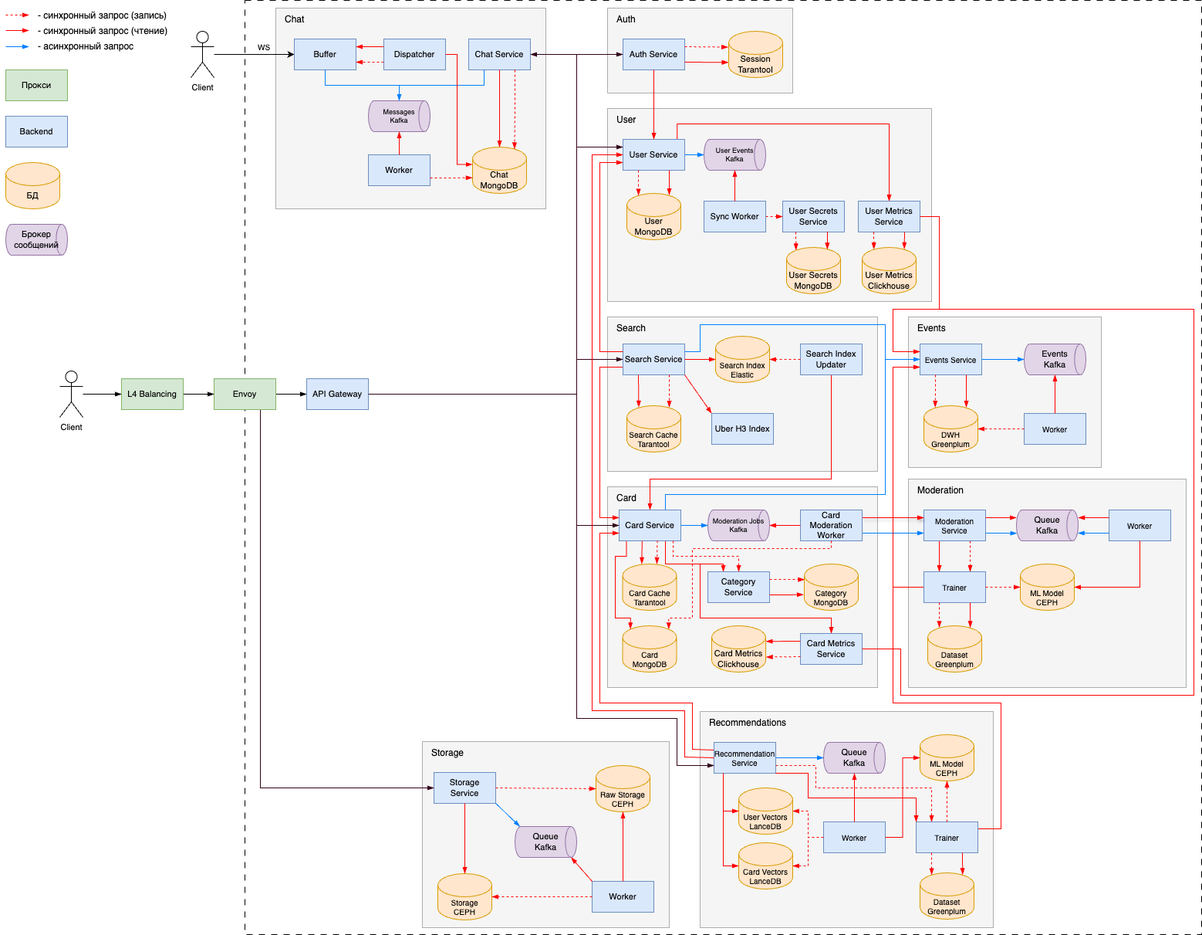
Earlier version of the draw.io export img/scheme/scheme.png (daronenko/highload-avito). Source tidied: cells renumbered, new cells last; positions are measured from the earlier drawing's top-left corner, leaving out a move shared by most shapes.
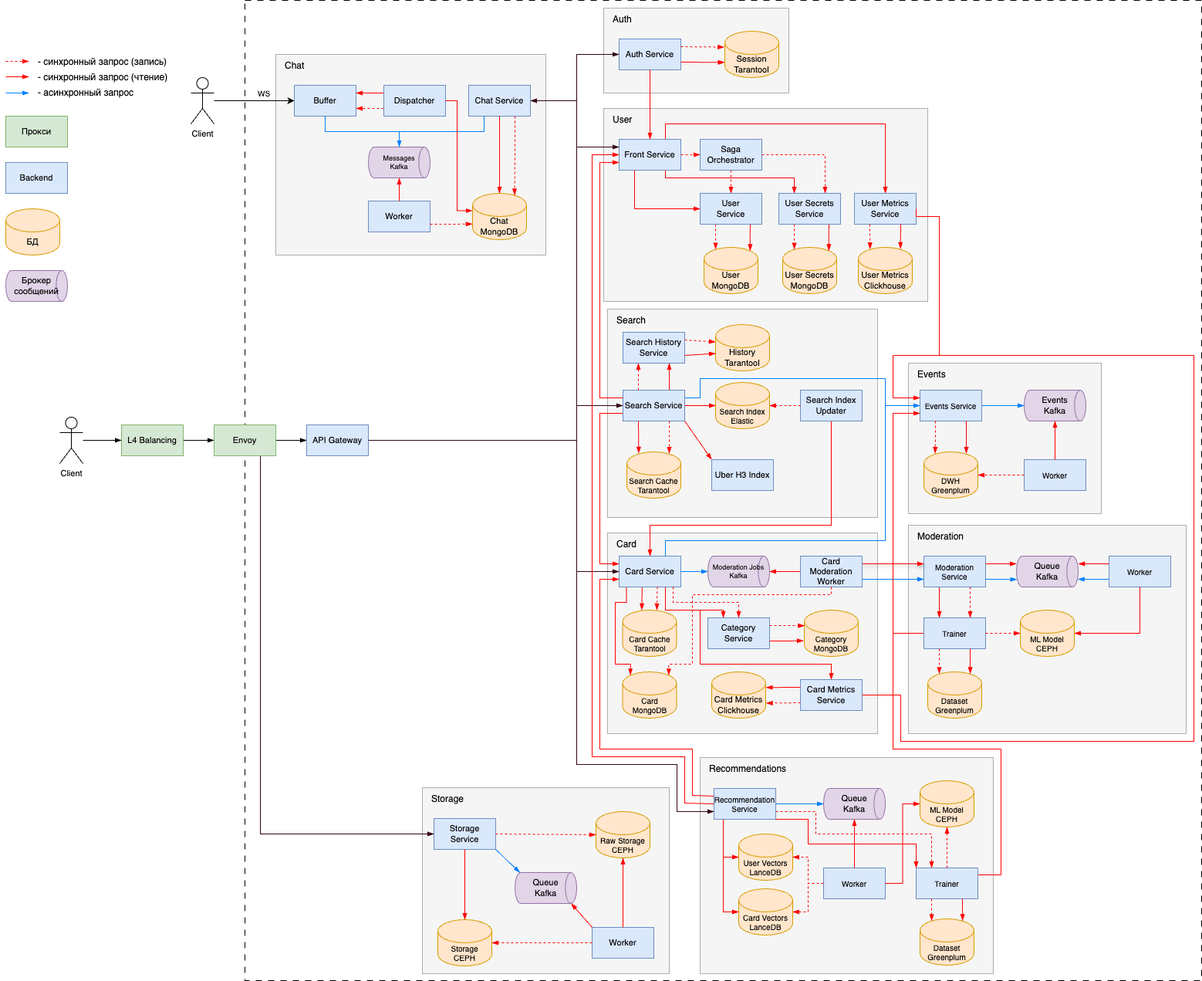
Later version of the same file.

The edit, as a diff of the source:
```diff
@@ -4,2 +4,5 @@
     <mxCell id="1" parent="0" />
+    <mxCell id="3" style="rounded=0;whiteSpace=wrap;html=1;fillColor=none;dashed=1;dashPattern=8 8;" parent="1" vertex="1">
+      <mxGeometry x="310" y="-60" width="1240" height="1270" as="geometry" />
+    </mxCell>
     <mxCell id="2" style="rounded=0;whiteSpace=wrap;html=1;fillColor=#f5f5f5;strokeColor=#ADADAD;fontColor=#333333;" parent="1" vertex="1">
@@ -7,5 +10,2 @@
     </mxCell>
-    <mxCell id="3" style="rounded=0;whiteSpace=wrap;html=1;fillColor=none;dashed=1;dashPattern=8 8;" parent="1" vertex="1">
-      <mxGeometry x="310" width="1240" height="1210" as="geometry" />
-    </mxCell>
     <mxCell id="4" style="edgeStyle=orthogonalEdgeStyle;rounded=0;jettySize=auto;html=1;exitX=1;exitY=0.5;exitDx=0;exitDy=0;entryX=0;entryY=0.5;entryDx=0;entryDy=0;endArrow=blockThin;endFill=1;" parent="1" edge="1" source="5" target="116">
@@ -65,12 +65,12 @@
     <mxCell id="20" style="rounded=0;whiteSpace=wrap;html=1;fillColor=#f5f5f5;strokeColor=#ADADAD;fontColor=#333333;" parent="1" vertex="1">
-      <mxGeometry x="780" y="410" width="350" height="200" as="geometry" />
+      <mxGeometry x="780" y="340" width="350" height="270" as="geometry" />
     </mxCell>
     <mxCell id="21" value="Search" style="text;html=1;align=left;verticalAlign=middle;whiteSpace=wrap;rounded=0;spacingLeft=10;" parent="1" vertex="1">
-      <mxGeometry x="780" y="410" width="60" height="30" as="geometry" />
+      <mxGeometry x="780" y="340" width="60" height="30" as="geometry" />
     </mxCell>
     <mxCell id="22" style="rounded=0;whiteSpace=wrap;html=1;fillColor=#f5f5f5;strokeColor=#ADADAD;fontColor=#333333;" parent="1" vertex="1">
-      <mxGeometry x="780" y="10" width="240" height="110" as="geometry" />
+      <mxGeometry x="775" y="-50" width="240" height="110" as="geometry" />
     </mxCell>
     <mxCell id="23" value="Auth" style="text;html=1;align=left;verticalAlign=middle;whiteSpace=wrap;rounded=0;spacingLeft=10;" parent="1" vertex="1">
-      <mxGeometry x="780" y="10" width="60" height="30" as="geometry" />
+      <mxGeometry x="775" y="-50" width="60" height="30" as="geometry" />
     </mxCell>
@@ -98,6 +98,6 @@
     <mxCell id="30" value="Auth Service" style="rounded=0;whiteSpace=wrap;html=1;fillColor=#dae8fc;strokeColor=#6c8ebf;fontSize=11;" parent="1" vertex="1">
-      <mxGeometry x="800" y="50" width="80" height="40" as="geometry" />
+      <mxGeometry x="795" y="-10" width="80" height="40" as="geometry" />
     </mxCell>
     <mxCell id="31" value="Session&lt;div&gt;Tarantool&lt;/div&gt;" style="shape=cylinder3;whiteSpace=wrap;html=1;boundedLbl=1;backgroundOutline=1;size=15;fillColor=#ffe6cc;strokeColor=#d79b00;fontSize=11;" parent="1" vertex="1">
-      <mxGeometry x="937" y="40" width="70" height="60" as="geometry" />
+      <mxGeometry x="932" y="-20" width="70" height="60" as="geometry" />
     </mxCell>
@@ -123,2 +123,8 @@
     </mxCell>
+    <mxCell id="187" style="edgeStyle=orthogonalEdgeStyle;rounded=0;jettySize=auto;html=1;exitX=0.25;exitY=0;exitDx=0;exitDy=0;entryX=0.25;entryY=1;entryDx=0;entryDy=0;endArrow=blockThin;endFill=1;strokeColor=#FF0000;dashed=1;" parent="1" edge="1" source="37" target="193">
+      <mxGeometry relative="1" as="geometry" />
+    </mxCell>
+    <mxCell id="188" style="edgeStyle=orthogonalEdgeStyle;rounded=0;jettySize=auto;html=1;exitX=0.75;exitY=0;exitDx=0;exitDy=0;entryX=0.75;entryY=1;entryDx=0;entryDy=0;endArrow=blockThin;endFill=1;strokeColor=#FF0000;" parent="1" edge="1" source="37" target="193">
+      <mxGeometry relative="1" as="geometry" />
+    </mxCell>
     <mxCell id="37" value="Search Service" style="rounded=0;whiteSpace=wrap;html=1;fillColor=#dae8fc;strokeColor=#6c8ebf;fontSize=11;glass=0;shadow=0;" parent="1" vertex="1">
@@ -294,12 +300,12 @@
     <mxCell id="80" style="rounded=0;whiteSpace=wrap;html=1;fillColor=#f5f5f5;strokeColor=#ADADAD;fontColor=#333333;" parent="1" vertex="1">
-      <mxGeometry x="780" y="140" width="420" height="250" as="geometry" />
+      <mxGeometry x="775" y="80" width="420" height="250" as="geometry" />
     </mxCell>
     <mxCell id="81" value="User" style="text;html=1;align=left;verticalAlign=middle;whiteSpace=wrap;rounded=0;spacingLeft=10;" parent="1" vertex="1">
-      <mxGeometry x="780" y="140" width="60" height="30" as="geometry" />
+      <mxGeometry x="775" y="80" width="60" height="30" as="geometry" />
     </mxCell>
-    <mxCell id="82" style="edgeStyle=orthogonalEdgeStyle;rounded=0;jettySize=auto;html=1;exitX=0.878;exitY=-0.011;exitDx=0;exitDy=0;entryX=0.5;entryY=0;entryDx=0;entryDy=0;endArrow=blockThin;endFill=1;strokeColor=#FF0000;exitPerimeter=0;" parent="1" edge="1" source="83" target="85">
+    <mxCell id="82" style="edgeStyle=orthogonalEdgeStyle;rounded=0;jettySize=auto;html=1;exitX=0.75;exitY=0;exitDx=0;exitDy=0;entryX=0.5;entryY=0;entryDx=0;entryDy=0;endArrow=blockThin;endFill=1;strokeColor=#FF0000;" parent="1" edge="1" source="83" target="85">
       <mxGeometry relative="1" as="geometry">
         <Array as="points">
-          <mxPoint x="870" y="160" />
-          <mxPoint x="1145" y="160" />
+          <mxPoint x="855" y="100" />
+          <mxPoint x="1140" y="100" />
         </Array>
@@ -307,20 +313,32 @@
     </mxCell>
+    <mxCell id="189" style="edgeStyle=orthogonalEdgeStyle;rounded=0;jettySize=auto;html=1;exitX=1;exitY=0.5;exitDx=0;exitDy=0;entryX=0;entryY=0.5;entryDx=0;entryDy=0;dashed=1;strokeColor=#FF0000;endArrow=blockThin;endFill=1;" parent="1" edge="1" source="83" target="118">
+      <mxGeometry relative="1" as="geometry" />
+    </mxCell>
+    <mxCell id="190" style="edgeStyle=orthogonalEdgeStyle;rounded=0;jettySize=auto;html=1;exitX=0.25;exitY=1;exitDx=0;exitDy=0;entryX=0;entryY=0.5;entryDx=0;entryDy=0;endArrow=blockThin;endFill=1;strokeColor=#FF0000;" parent="1" edge="1" source="83" target="197">
+      <mxGeometry relative="1" as="geometry">
+        <Array as="points">
+          <mxPoint x="815" y="210" />
+        </Array>
+      </mxGeometry>
+    </mxCell>
+    <mxCell id="191" style="edgeStyle=orthogonalEdgeStyle;rounded=0;jettySize=auto;html=1;exitX=0.75;exitY=1;exitDx=0;exitDy=0;entryX=0.25;entryY=0;entryDx=0;entryDy=0;endArrow=blockThin;endFill=1;strokeColor=#FF0000;" parent="1" edge="1" source="83" target="87">
+      <mxGeometry relative="1" as="geometry">
+        <Array as="points">
+          <mxPoint x="855" y="170" />
+          <mxPoint x="1022" y="170" />
+        </Array>
+      </mxGeometry>
+    </mxCell>
-    <mxCell id="83" value="User Service" style="rounded=0;whiteSpace=wrap;html=1;fillColor=#dae8fc;strokeColor=#6c8ebf;fontSize=11;" parent="1" vertex="1">
-      <mxGeometry x="800" y="180" width="80" height="40" as="geometry" />
+    <mxCell id="83" value="Front Service" style="rounded=0;whiteSpace=wrap;html=1;fillColor=#dae8fc;strokeColor=#6c8ebf;fontSize=11;" parent="1" vertex="1">
+      <mxGeometry x="795" y="120" width="80" height="40" as="geometry" />
     </mxCell>
     <mxCell id="84" value="User&lt;div&gt;MongoDB&lt;/div&gt;" style="shape=cylinder3;whiteSpace=wrap;html=1;boundedLbl=1;backgroundOutline=1;size=15;fillColor=#ffe6cc;strokeColor=#d79b00;fontSize=11;" parent="1" vertex="1">
-      <mxGeometry x="805" y="250" width="70" height="60" as="geometry" />
+      <mxGeometry x="905" y="260" width="70" height="60" as="geometry" />
     </mxCell>
     <mxCell id="85" value="User Metrics Service" style="rounded=0;whiteSpace=wrap;html=1;fillColor=#dae8fc;strokeColor=#6c8ebf;fontSize=11;" parent="1" vertex="1">
-      <mxGeometry x="1105" y="260" width="80" height="40" as="geometry" />
+      <mxGeometry x="1100" y="190" width="80" height="40" as="geometry" />
     </mxCell>
     <mxCell id="86" value="User Metrics&lt;div&gt;Clickhouse&lt;/div&gt;" style="shape=cylinder3;whiteSpace=wrap;html=1;boundedLbl=1;backgroundOutline=1;size=15;fillColor=#ffe6cc;strokeColor=#d79b00;fontSize=11;" parent="1" vertex="1">
-      <mxGeometry x="1110" y="320" width="70" height="60" as="geometry" />
+      <mxGeometry x="1105" y="260" width="70" height="60" as="geometry" />
     </mxCell>
-    <mxCell id="87" value="User Secrets&lt;div&gt;Service&lt;/div&gt;" style="rounded=0;whiteSpace=wrap;html=1;fillColor=#dae8fc;strokeColor=#6c8ebf;fontSize=11;" parent="1" vertex="1">
-      <mxGeometry x="1007" y="260" width="80" height="40" as="geometry" />
-    </mxCell>
-    <mxCell id="88" value="&lt;div&gt;User Secrets&lt;/div&gt;MongoDB" style="shape=cylinder3;whiteSpace=wrap;html=1;boundedLbl=1;backgroundOutline=1;size=15;fillColor=#ffe6cc;strokeColor=#d79b00;fontSize=11;" parent="1" vertex="1">
-      <mxGeometry x="1012" y="320" width="70" height="60" as="geometry" />
-    </mxCell>
     <mxCell id="89" style="edgeStyle=orthogonalEdgeStyle;rounded=0;jettySize=auto;html=1;exitX=0.5;exitY=1;exitDx=0;exitDy=0;entryX=0.5;entryY=0;entryDx=0;entryDy=0;endArrow=blockThin;endFill=1;strokeColor=#FF0000;" parent="1" edge="1" source="30" target="83">
@@ -328,10 +346,2 @@
     </mxCell>
-    <mxCell id="90" style="edgeStyle=orthogonalEdgeStyle;rounded=0;jettySize=auto;html=1;entryX=0.176;entryY=0.058;entryDx=0;entryDy=0;entryPerimeter=0;endArrow=blockThin;endFill=1;dashed=1;strokeColor=#FF0000;" parent="1" edge="1" target="88">
-      <mxGeometry relative="1" as="geometry">
-        <mxPoint x="1024" y="300" as="sourcePoint" />
-      </mxGeometry>
-    </mxCell>
-    <mxCell id="91" style="edgeStyle=orthogonalEdgeStyle;rounded=0;jettySize=auto;html=1;exitX=0.724;exitY=0.987;exitDx=0;exitDy=0;entryX=0.755;entryY=0.038;entryDx=0;entryDy=0;entryPerimeter=0;endArrow=blockThin;endFill=1;strokeColor=#FF0000;exitPerimeter=0;" parent="1" edge="1" source="87" target="88">
-      <mxGeometry relative="1" as="geometry" />
-    </mxCell>
     <mxCell id="92" style="edgeStyle=orthogonalEdgeStyle;rounded=0;jettySize=auto;html=1;exitX=0.75;exitY=1;exitDx=0;exitDy=0;entryX=0.781;entryY=0.032;entryDx=0;entryDy=0;entryPerimeter=0;endArrow=blockThin;endFill=1;strokeColor=#FF0000;" parent="1" edge="1" source="85" target="86">
@@ -355,4 +365,4 @@
           <mxPoint x="900" y="455" />
-          <mxPoint x="900" y="420" />
-          <mxPoint x="1140" y="420" />
+          <mxPoint x="900" y="430" />
+          <mxPoint x="1140" y="430" />
           <mxPoint x="1140" y="465" />
@@ -423,3 +433,3 @@
           <mxPoint x="740" y="510" />
-          <mxPoint x="740" y="70" />
+          <mxPoint x="740" y="10" />
         </Array>
@@ -431,3 +441,3 @@
           <mxPoint x="740" y="510" />
-          <mxPoint x="740" y="190" />
+          <mxPoint x="740" y="130" />
         </Array>
@@ -471,25 +481,17 @@
     </mxCell>
-    <mxCell id="117" style="edgeStyle=orthogonalEdgeStyle;rounded=0;jettySize=auto;html=1;exitX=1;exitY=0.5;exitDx=0;exitDy=0;entryX=0;entryY=0.5;entryDx=0;entryDy=0;strokeColor=#FF0000;endArrow=blockThin;endFill=1;dashed=1;" parent="1" edge="1" source="118" target="87">
+    <mxCell id="117" style="edgeStyle=orthogonalEdgeStyle;rounded=0;jettySize=auto;html=1;exitX=1;exitY=0.5;exitDx=0;exitDy=0;entryX=0.75;entryY=0;entryDx=0;entryDy=0;strokeColor=#FF0000;endArrow=blockThin;endFill=1;dashed=1;" parent="1" edge="1" source="118" target="87">
       <mxGeometry relative="1" as="geometry" />
     </mxCell>
+    <mxCell id="192" style="edgeStyle=orthogonalEdgeStyle;rounded=0;jettySize=auto;html=1;exitX=0.5;exitY=1;exitDx=0;exitDy=0;entryX=0.5;entryY=0;entryDx=0;entryDy=0;endArrow=blockThin;endFill=1;strokeColor=#FF0000;dashed=1;" parent="1" edge="1" source="118" target="197">
+      <mxGeometry relative="1" as="geometry" />
+    </mxCell>
-    <mxCell id="118" value="Sync Worker" style="rounded=0;whiteSpace=wrap;html=1;fillColor=#dae8fc;strokeColor=#6c8ebf;fontSize=11;" parent="1" vertex="1">
-      <mxGeometry x="905" y="260" width="80" height="40" as="geometry" />
+    <mxCell id="118" value="Saga&lt;div&gt;&lt;span style=&quot;background-color: transparent; color: light-dark(rgb(0, 0, 0), rgb(255, 255, 255));&quot;&gt;Orchestrator&lt;/span&gt;&lt;/div&gt;" style="rounded=0;whiteSpace=wrap;html=1;fillColor=#dae8fc;strokeColor=#6c8ebf;fontSize=11;" parent="1" vertex="1">
+      <mxGeometry x="900" y="120" width="80" height="40" as="geometry" />
     </mxCell>
-    <mxCell id="119" value="User Events&lt;div&gt;Kafka&lt;/div&gt;" style="strokeWidth=1;html=1;shape=mxgraph.flowchart.direct_data;whiteSpace=wrap;fillColor=#e1d5e7;strokeColor=#9673a6;rotation=0;fontSize=9;" parent="1" vertex="1">
-      <mxGeometry x="905" y="180" width="80" height="40" as="geometry" />
-    </mxCell>
-    <mxCell id="120" style="edgeStyle=orthogonalEdgeStyle;rounded=0;jettySize=auto;html=1;exitX=0.75;exitY=1;exitDx=0;exitDy=0;strokeColor=#FF0000;endArrow=blockThin;endFill=1;" parent="1" edge="1" source="83">
-      <mxGeometry relative="1" as="geometry">
-        <mxPoint x="860" y="252" as="targetPoint" />
-      </mxGeometry>
+    <mxCell id="120" style="edgeStyle=orthogonalEdgeStyle;rounded=0;jettySize=auto;html=1;strokeColor=#FF0000;endArrow=blockThin;endFill=1;entryX=0.855;entryY=0;entryDx=0;entryDy=4.35;entryPerimeter=0;exitX=0.75;exitY=1;exitDx=0;exitDy=0;" parent="1" edge="1" source="197" target="84">
+      <mxGeometry relative="1" as="geometry" />
     </mxCell>
-    <mxCell id="121" style="edgeStyle=orthogonalEdgeStyle;rounded=0;jettySize=auto;html=1;exitX=0.25;exitY=1;exitDx=0;exitDy=0;entryX=0.215;entryY=0.044;entryDx=0;entryDy=0;entryPerimeter=0;strokeColor=#FF0000;endArrow=blockThin;endFill=1;dashed=1;" parent="1" edge="1" source="83" target="84">
+    <mxCell id="121" style="edgeStyle=orthogonalEdgeStyle;rounded=0;jettySize=auto;html=1;entryX=0.215;entryY=0.044;entryDx=0;entryDy=0;entryPerimeter=0;strokeColor=#FF0000;endArrow=blockThin;endFill=1;dashed=1;exitX=0.25;exitY=1;exitDx=0;exitDy=0;" parent="1" edge="1" source="197" target="84">
       <mxGeometry relative="1" as="geometry" />
     </mxCell>
-    <mxCell id="122" style="edgeStyle=orthogonalEdgeStyle;rounded=0;jettySize=auto;html=1;exitX=0.5;exitY=0;exitDx=0;exitDy=0;entryX=0.5;entryY=1;entryDx=0;entryDy=0;entryPerimeter=0;strokeColor=#FF0000;endArrow=blockThin;endFill=1;" parent="1" edge="1" source="118" target="119">
-      <mxGeometry relative="1" as="geometry" />
-    </mxCell>
-    <mxCell id="123" style="edgeStyle=orthogonalEdgeStyle;rounded=0;jettySize=auto;html=1;exitX=1;exitY=0.5;exitDx=0;exitDy=0;entryX=0;entryY=0.5;entryDx=0;entryDy=0;entryPerimeter=0;strokeColor=#007FFF;endArrow=blockThin;endFill=1;" parent="1" edge="1" source="83" target="119">
-      <mxGeometry relative="1" as="geometry" />
-    </mxCell>
     <mxCell id="124" style="edgeStyle=orthogonalEdgeStyle;rounded=0;jettySize=auto;html=1;entryX=0;entryY=0.5;entryDx=0;entryDy=0;" parent="1" edge="1" source="125" target="126">
@@ -554,3 +556,3 @@
           <mxPoint x="770" y="455" />
-          <mxPoint x="770" y="210" />
+          <mxPoint x="770" y="150" />
         </Array>
@@ -594,5 +596,2 @@
     </mxCell>
-    <mxCell id="152" style="edgeStyle=orthogonalEdgeStyle;rounded=0;jettySize=auto;html=1;exitX=1;exitY=0.5;exitDx=0;exitDy=0;entryX=0;entryY=0.5;entryDx=0;entryDy=0;entryPerimeter=0;strokeColor=#007FFF;endArrow=blockThin;endFill=1;" parent="1" edge="1" source="149" target="148">
-      <mxGeometry relative="1" as="geometry" />
-    </mxCell>
     <mxCell id="153" style="edgeStyle=orthogonalEdgeStyle;rounded=0;jettySize=auto;html=1;exitX=0.5;exitY=0;exitDx=0;exitDy=0;entryX=0.5;entryY=1;entryDx=0;entryDy=0;entryPerimeter=0;strokeColor=#FF0000;endArrow=blockThin;endFill=1;" parent="1" edge="1" source="150" target="148">
@@ -626,3 +625,3 @@
         <Array as="points">
-          <mxPoint x="1210" y="280" />
+          <mxPoint x="1210" y="220" />
           <mxPoint x="1210" y="400" />
@@ -737,3 +736,3 @@
           <mxPoint x="760" y="920" />
-          <mxPoint x="760" y="200" />
+          <mxPoint x="760" y="140" />
         </Array>
@@ -756,2 +755,32 @@
     </mxCell>
+    <mxCell id="193" value="Search History Service" style="rounded=0;whiteSpace=wrap;html=1;fillColor=#dae8fc;strokeColor=#6c8ebf;fontSize=11;glass=0;shadow=0;" parent="1" vertex="1">
+      <mxGeometry x="800" y="370" width="80" height="40" as="geometry" />
+    </mxCell>
+    <mxCell id="152" style="edgeStyle=orthogonalEdgeStyle;rounded=0;jettySize=auto;html=1;exitX=1;exitY=0.5;exitDx=0;exitDy=0;entryX=0;entryY=0.5;entryDx=0;entryDy=0;entryPerimeter=0;strokeColor=#007FFF;endArrow=blockThin;endFill=1;" parent="1" edge="1" source="149" target="148">
+      <mxGeometry relative="1" as="geometry" />
+    </mxCell>
+    <mxCell id="194" value="History&lt;br&gt;&lt;div&gt;Tarantool&lt;/div&gt;" style="shape=cylinder3;whiteSpace=wrap;html=1;boundedLbl=1;backgroundOutline=1;size=15;fillColor=#ffe6cc;strokeColor=#d79b00;fontSize=11;" parent="1" vertex="1">
+      <mxGeometry x="920" y="360" width="70" height="60" as="geometry" />
+    </mxCell>
+    <mxCell id="195" style="rounded=0;jettySize=auto;html=1;exitX=1;exitY=0.75;exitDx=0;exitDy=0;entryX=0;entryY=0;entryDx=0;entryDy=37.5;entryPerimeter=0;endArrow=blockThin;endFill=1;strokeColor=#FF0000;" parent="1" edge="1" source="193" target="194">
+      <mxGeometry relative="1" as="geometry" />
+    </mxCell>
+    <mxCell id="196" style="rounded=0;jettySize=auto;html=1;exitX=1;exitY=0.25;exitDx=0;exitDy=0;entryX=0;entryY=0;entryDx=0;entryDy=22.5;entryPerimeter=0;endArrow=blockThin;endFill=1;strokeColor=#FF0000;dashed=1;" parent="1" edge="1" source="193" target="194">
+      <mxGeometry relative="1" as="geometry" />
+    </mxCell>
+    <mxCell id="197" value="User&lt;div&gt;Service&lt;/div&gt;" style="rounded=0;whiteSpace=wrap;html=1;fillColor=#dae8fc;strokeColor=#6c8ebf;fontSize=11;" parent="1" vertex="1">
+      <mxGeometry x="900" y="190" width="80" height="40" as="geometry" />
+    </mxCell>
+    <mxCell id="88" value="User Secrets&lt;div&gt;MongoDB&lt;/div&gt;" style="shape=cylinder3;whiteSpace=wrap;html=1;boundedLbl=1;backgroundOutline=1;size=15;fillColor=#ffe6cc;strokeColor=#d79b00;fontSize=11;" parent="1" vertex="1">
+      <mxGeometry x="1007" y="260" width="70" height="60" as="geometry" />
+    </mxCell>
+    <mxCell id="198" style="edgeStyle=orthogonalEdgeStyle;rounded=0;jettySize=auto;html=1;strokeColor=#FF0000;endArrow=blockThin;endFill=1;entryX=0.855;entryY=0;entryDx=0;entryDy=4.35;entryPerimeter=0;exitX=0.75;exitY=1;exitDx=0;exitDy=0;" parent="1" edge="1" source="87" target="88">
+      <mxGeometry relative="1" as="geometry" />
+    </mxCell>
+    <mxCell id="199" style="edgeStyle=orthogonalEdgeStyle;rounded=0;jettySize=auto;html=1;entryX=0.215;entryY=0.044;entryDx=0;entryDy=0;entryPerimeter=0;strokeColor=#FF0000;endArrow=blockThin;endFill=1;dashed=1;exitX=0.25;exitY=1;exitDx=0;exitDy=0;" parent="1" edge="1" source="87" target="88">
+      <mxGeometry relative="1" as="geometry" />
+    </mxCell>
+    <mxCell id="87" value="User Secrets&lt;div&gt;Service&lt;/div&gt;" style="rounded=0;whiteSpace=wrap;html=1;fillColor=#dae8fc;strokeColor=#6c8ebf;fontSize=11;" parent="1" vertex="1">
+      <mxGeometry x="1002" y="190" width="80" height="40" as="geometry" />
+    </mxCell>
   </root>
```
